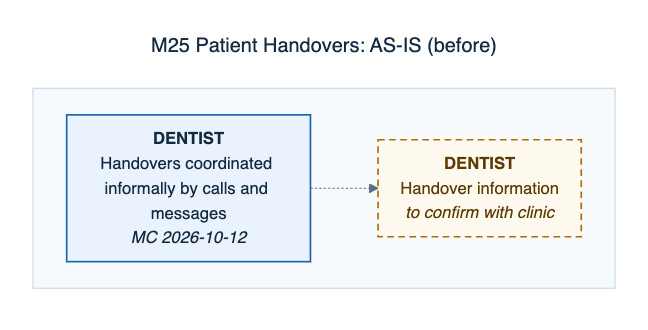
0phem/multibranch-dental-clinic keeps this Mermaid diagram as docs/defense/diagrams/png/M25-patient-handovers-as-is.png. Above is the earlier version. Its source is kept beside it as docs/defense/diagrams/M25-patient-handovers-as-is.mmd. Source of this version:
```mermaid
---
title: "M25 Patient Handovers: AS-IS (before)"
---
flowchart TB
    subgraph L2[" "]
    direction LR
      S0["<b>DENTIST</b><br/>Handovers coordinated informally by calls and messages<br/><i>MC 2026-10-12</i>"]:::cited
      S1["<b>DENTIST</b><br/>Handover information<br/><i>to confirm with clinic</i>"]:::confirm
    end
    S0 -.-> S1
    classDef cited fill:#eaf3fd,stroke:#1865ac,color:#142a40,stroke-width:1.5px
    classDef confirm fill:#fffaf0,stroke:#b26a00,color:#5e3c00,stroke-width:1.5px,stroke-dasharray:6 4
    classDef auto fill:#e6f5ee,stroke:#0c7f75,color:#0f3d33,stroke-width:1.5px
    classDef manual fill:#eaf3fd,stroke:#1865ac,color:#142a40,stroke-width:1.5px
    classDef mock fill:#f3f5f7,stroke:#5a6b7d,color:#3a4e63,stroke-width:1.5px,stroke-dasharray:3 3
    classDef planned fill:#ffffff,stroke:#5a6b7d,color:#3a4e63,stroke-width:1.5px,stroke-dasharray:6 4
```
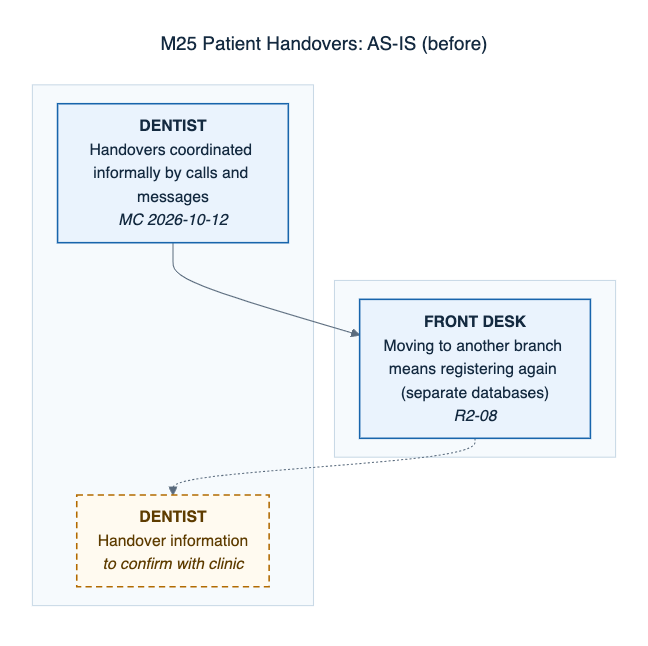
Above is the later version.

What changed in the source:
```diff
@@ -2,12 +2,17 @@
 title: "M25 Patient Handovers: AS-IS (before)"
 ---
 flowchart TB
+    subgraph L1[" "]
+    direction LR
+      S1["<b>FRONT DESK</b><br/>Moving to another branch means registering again (separate databases)<br/><i>R2-08</i>"]:::cited
+    end
     subgraph L2[" "]
     direction LR
       S0["<b>DENTIST</b><br/>Handovers coordinated informally by calls and messages<br/><i>MC 2026-10-12</i>"]:::cited
-      S1["<b>DENTIST</b><br/>Handover information<br/><i>to confirm with clinic</i>"]:::confirm
+      S2["<b>DENTIST</b><br/>Handover information<br/><i>to confirm with clinic</i>"]:::confirm
     end
-    S0 -.-> S1
+    S0 --> S1
+    S1 -.-> S2
     classDef cited fill:#eaf3fd,stroke:#1865ac,color:#142a40,stroke-width:1.5px
     classDef confirm fill:#fffaf0,stroke:#b26a00,color:#5e3c00,stroke-width:1.5px,stroke-dasharray:6 4
     classDef auto fill:#e6f5ee,stroke:#0c7f75,color:#0f3d33,stroke-width:1.5px
```
